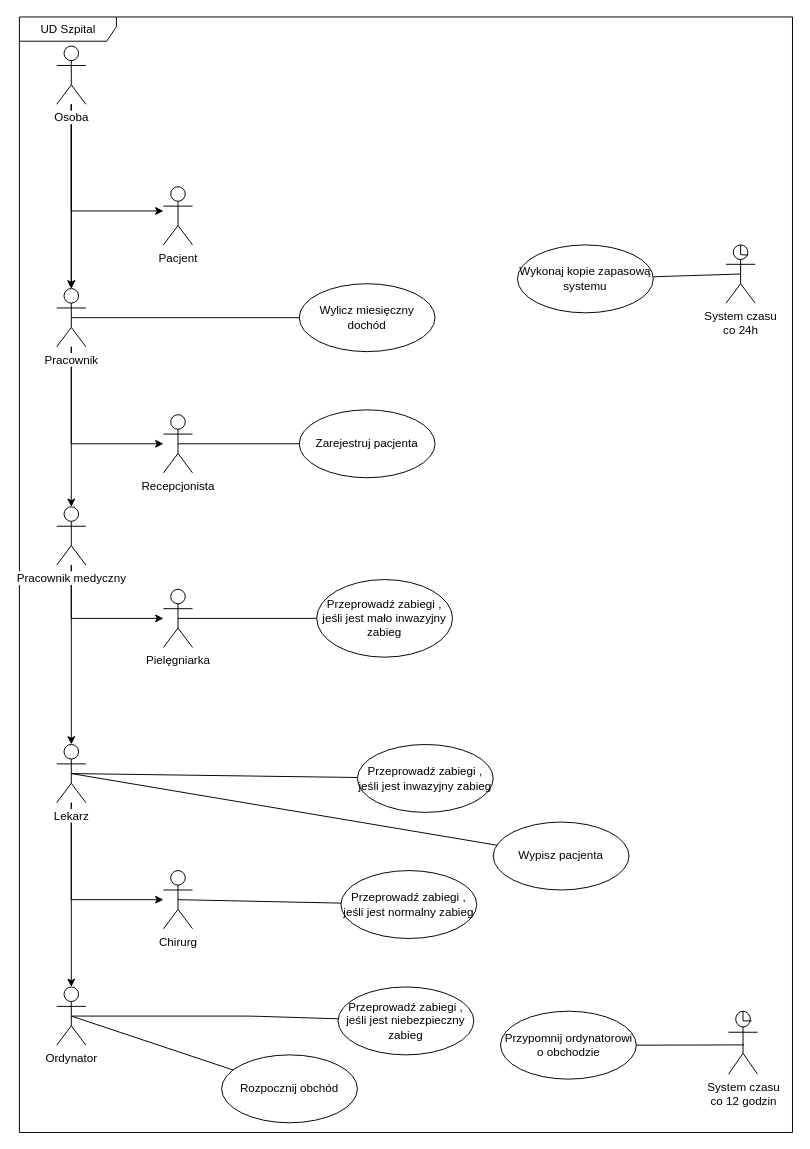
Above: page "actor" (2 of 6) of Szpital.drawio in AleksanderStaruch/HospitalUML (draw.io), before the change. Source tidied: cells renumbered, new cells numbered last; positions are measured from the earlier drawing's top-left corner, leaving out a move shared by most shapes. Both pictures are drawn from the tidied source at 97%, with x=0, y=0 at pixel (19, 16).
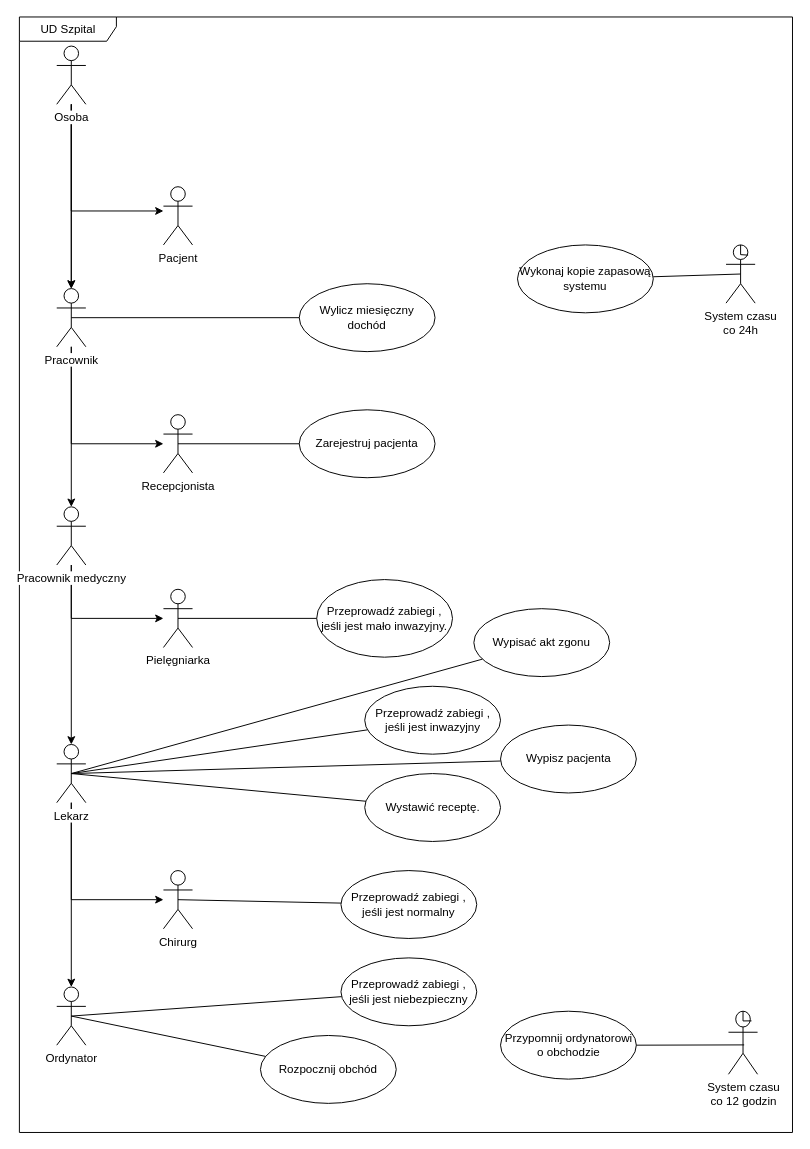
The same page after the edit.

The change refers to these unchanged cells:
```xml
<mxCell id="18" value="Lekarz" style="shape=umlActor;verticalLabelPosition=bottom;labelBackgroundColor=#ffffff;verticalAlign=top;html=1;" parent="1" vertex="1">
  <mxGeometry x="38" y="750" width="30" height="60" as="geometry" />
</mxCell>
<mxCell id="20" value="Ordynator" style="shape=umlActor;verticalLabelPosition=bottom;labelBackgroundColor=#ffffff;verticalAlign=top;html=1;" parent="1" vertex="1">
  <mxGeometry x="38" y="1000" width="30" height="60" as="geometry" />
</mxCell>
```

The edit, as a diff of the source:
```diff
@@
     <mxCell id="23" value="Wypisz pacjenta" style="ellipse;whiteSpace=wrap;html=1;" parent="1" vertex="1">
-      <mxGeometry x="488" y="830" width="140" height="70" as="geometry" />
+      <mxGeometry x="495.5" y="730" width="140" height="70" as="geometry" />
     </mxCell>
-    <mxCell id="24" value="Przeprowadź zabiegi , jeśli jest normalny zabieg" style="ellipse;whiteSpace=wrap;html=1;" parent="1" vertex="1">
+    <mxCell id="24" value="Przeprowadź zabiegi , jeśli jest normalny" style="ellipse;whiteSpace=wrap;html=1;" parent="1" vertex="1">
       <mxGeometry x="331" y="880" width="140" height="70" as="geometry" />
     </mxCell>
-    <mxCell id="25" value="Przeprowadź zabiegi , jeśli jest inwazyjny zabieg" style="ellipse;whiteSpace=wrap;html=1;" parent="1" vertex="1">
-      <mxGeometry x="348" y="750" width="140" height="70" as="geometry" />
+    <mxCell id="25" value="Przeprowadź zabiegi , jeśli jest inwazyjny" style="ellipse;whiteSpace=wrap;html=1;" parent="1" vertex="1">
+      <mxGeometry x="355.5" y="690" width="140" height="70" as="geometry" />
     </mxCell>
-    <mxCell id="26" value="Przeprowadź zabiegi , jeśli jest mało inwazyjny zabieg" style="ellipse;whiteSpace=wrap;html=1;" parent="1" vertex="1">
+    <mxCell id="26" value="Przeprowadź zabiegi , jeśli jest mało inwazyjny." style="ellipse;whiteSpace=wrap;html=1;" parent="1" vertex="1">
       <mxGeometry x="306" y="580" width="140" height="80" as="geometry" />
     </mxCell>
@@
-    <mxCell id="32" value="Przeprowadź zabiegi , jeśli jest niebezpieczny zabieg" style="ellipse;whiteSpace=wrap;html=1;" parent="1" vertex="1">
-      <mxGeometry x="328" y="1000" width="140" height="70" as="geometry" />
+    <mxCell id="32" value="Przeprowadź zabiegi , jeśli jest niebezpieczny" style="ellipse;whiteSpace=wrap;html=1;" parent="1" vertex="1">
+      <mxGeometry x="331" y="970" width="140" height="70" as="geometry" />
     </mxCell>
     <mxCell id="33" style="endArrow=none;html=1;exitX=0.5;exitY=0.5;exitDx=0;exitDy=0;exitPerimeter=0;" parent="1" edge="1" source="20" target="32">
-      <mxGeometry relative="1" as="geometry">
-        <Array as="points">
-          <mxPoint x="238" y="1030" />
-        </Array>
-      </mxGeometry>
+      <mxGeometry relative="1" as="geometry" />
     </mxCell>
@@
     <mxCell id="38" value="Rozpocznij obchód" style="ellipse;whiteSpace=wrap;html=1;" parent="1" vertex="1">
-      <mxGeometry x="208" y="1070" width="140" height="70" as="geometry" />
+      <mxGeometry x="248" y="1050" width="140" height="70" as="geometry" />
     </mxCell>
@@
+    <mxCell id="45" value="Wypisać akt zgonu" style="ellipse;whiteSpace=wrap;html=1;" parent="1" vertex="1">
+      <mxGeometry x="468" y="610" width="140" height="70" as="geometry" />
+    </mxCell>
+    <mxCell id="46" style="endArrow=none;html=1;exitX=0.5;exitY=0.5;exitDx=0;exitDy=0;exitPerimeter=0;" parent="1" edge="1" source="18" target="45">
+      <mxGeometry relative="1" as="geometry" />
+    </mxCell>
+    <mxCell id="47" value="Wystawić receptę." style="ellipse;whiteSpace=wrap;html=1;" parent="1" vertex="1">
+      <mxGeometry x="355.5" y="780" width="140" height="70" as="geometry" />
+    </mxCell>
+    <mxCell id="48" style="endArrow=none;html=1;exitX=0.5;exitY=0.5;exitDx=0;exitDy=0;exitPerimeter=0;" parent="1" edge="1" source="18" target="47">
+      <mxGeometry relative="1" as="geometry" />
+    </mxCell>
```
